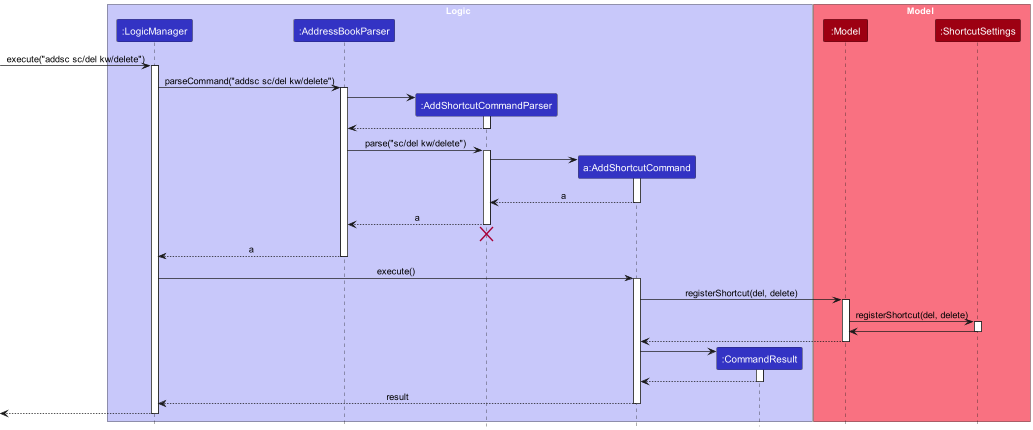
nus-cs2103-AY2324S1/tp keeps this PlantUML diagram as docs/images/AddShortcutCommandSequenceDiagram.png. Above is the earlier version.
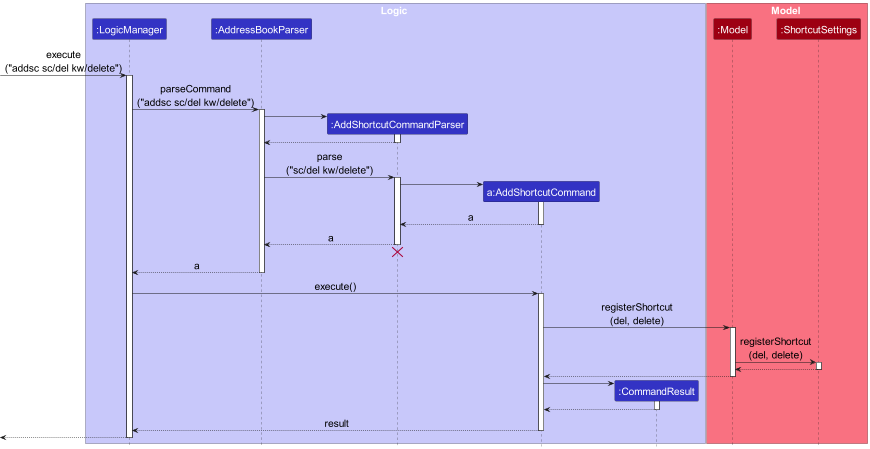
Above is the later version.

Diff of the diagram source:
```diff
@@ -1,7 +1,7 @@
 @startuml
 !include style.puml
 skinparam ArrowFontStyle plain
-
+skinparam defaultFontSize 20
 box Logic LOGIC_COLOR_T1
 participant ":LogicManager" as LogicManager LOGIC_COLOR
 participant ":AddressBookParser" as AddressBookParser LOGIC_COLOR
@@ -15,10 +15,10 @@
 participant ":ShortcutSettings" as ShortcutSettings MODEL_COLOR
 end box
 
-[-> LogicManager : execute("addsc sc/del kw/delete")
+[-> LogicManager : execute\n("addsc sc/del kw/delete")
 activate LogicManager
 
-LogicManager -> AddressBookParser : parseCommand("addsc sc/del kw/delete")
+LogicManager -> AddressBookParser : parseCommand\n("addsc sc/del kw/delete")
 activate AddressBookParser
 
 create AddShortcutCommandParser
@@ -28,7 +28,7 @@
 AddShortcutCommandParser --> AddressBookParser
 deactivate AddShortcutCommandParser
 
-AddressBookParser -> AddShortcutCommandParser : parse("sc/del kw/delete")
+AddressBookParser -> AddShortcutCommandParser : parse\n("sc/del kw/delete")
 activate AddShortcutCommandParser
 
 create AddShortcutCommand
@@ -49,13 +49,13 @@
 LogicManager -> AddShortcutCommand : execute()
 activate AddShortcutCommand
 
-AddShortcutCommand -> Model : registerShortcut(del, delete)
+AddShortcutCommand -> Model : registerShortcut\n(del, delete)
 activate Model
 
-Model -> ShortcutSettings : registerShortcut(del, delete)
+Model -> ShortcutSettings : registerShortcut\n(del, delete)
 activate ShortcutSettings
 
-ShortcutSettings -> Model
+ShortcutSettings --> Model
 deactivate ShortcutSettings
 
 Model --> AddShortcutCommand
```
